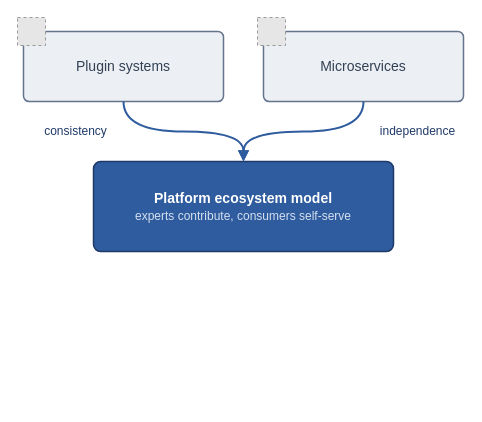
Before: diagrams/ecosystem-architecture-lineage.drawio in missBerg/platform-capabilities, a draw.io diagram. Source tidied: cells renumbered, new cells numbered last; positions are measured from the earlier drawing's top-left corner, leaving out a move shared by most shapes. Both pictures are drawn from the tidied source at 100%, with x=0, y=0 at pixel (17, 17). Pictures stored in the file or linked from it are replaced by grey dashed boxes.
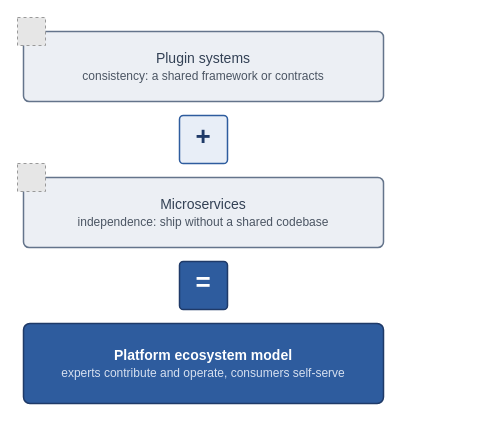
The same page after the edit.

Change to the diagram source:
```diff
@@
 <mxGraphModel>
   <root>
     <mxCell id="0" />
     <mxCell id="1" parent="0" />
-    <mxCell id="2" value="Plugin systems" style="rounded=1;whiteSpace=wrap;html=1;arcSize=8;fillColor=#ECEFF4;strokeColor=#64748B;strokeWidth=1.5;fontColor=#334155;fontFamily=Helvetica;fontSize=14;align=center;verticalAlign=middle;shadow=0;" parent="1" vertex="1">
-      <mxGeometry x="6" y="14" width="200" height="70" as="geometry" />
+    <mxCell id="2" value="Plugin systems&lt;br&gt;&lt;font style=&quot;font-size: 12px&quot; color=&quot;#4B5563&quot;&gt;consistency: a shared framework or contracts&lt;/font&gt;" style="rounded=1;whiteSpace=wrap;html=1;arcSize=8;fillColor=#ECEFF4;strokeColor=#64748B;strokeWidth=1.5;fontColor=#334155;fontFamily=Helvetica;fontSize=14;align=center;verticalAlign=middle;shadow=0;" parent="1" vertex="1">
+      <mxGeometry x="6" y="14" width="360" height="70" as="geometry" />
     </mxCell>
     <mxCell id="3" style="fillColor=#E6E6E6;strokeColor=#999999;dashed=1;verticalLabelPosition=bottom;verticalAlign=top;align=center;fontFamily=Helvetica;fontSize=14;fontColor=#1F3A68;" parent="1" vertex="1">
       <mxGeometry width="28" height="28" as="geometry" />
     </mxCell>
+    <mxCell id="9" value="&lt;b&gt;+&lt;/b&gt;" style="rounded=1;whiteSpace=wrap;html=1;arcSize=8;fillColor=#E8EEF7;strokeColor=#2E5C9E;strokeWidth=1.5;fontColor=#1F3A68;fontFamily=Helvetica;fontSize=26;align=center;verticalAlign=middle;shadow=0;spacingBottom=6;" parent="1" vertex="1">
+      <mxGeometry x="162" y="98" width="48" height="48" as="geometry" />
+    </mxCell>
-    <mxCell id="4" value="Microservices" style="rounded=1;whiteSpace=wrap;html=1;arcSize=8;fillColor=#ECEFF4;strokeColor=#64748B;strokeWidth=1.5;fontColor=#334155;fontFamily=Helvetica;fontSize=14;align=center;verticalAlign=middle;shadow=0;" parent="1" vertex="1">
-      <mxGeometry x="246" y="14" width="200" height="70" as="geometry" />
+    <mxCell id="4" value="Microservices&lt;br&gt;&lt;font style=&quot;font-size: 12px&quot; color=&quot;#4B5563&quot;&gt;independence: ship without a shared codebase&lt;/font&gt;" style="rounded=1;whiteSpace=wrap;html=1;arcSize=8;fillColor=#ECEFF4;strokeColor=#64748B;strokeWidth=1.5;fontColor=#334155;fontFamily=Helvetica;fontSize=14;align=center;verticalAlign=middle;shadow=0;" parent="1" vertex="1">
+      <mxGeometry x="6" y="160" width="360" height="70" as="geometry" />
     </mxCell>
     <mxCell id="5" style="fillColor=#E6E6E6;strokeColor=#999999;dashed=1;verticalLabelPosition=bottom;verticalAlign=top;align=center;fontFamily=Helvetica;fontSize=14;fontColor=#1F3A68;" parent="1" vertex="1">
-      <mxGeometry x="240" width="28" height="28" as="geometry" />
+      <mxGeometry y="146" width="28" height="28" as="geometry" />
     </mxCell>
+    <mxCell id="10" value="&lt;b&gt;=&lt;/b&gt;" style="rounded=1;whiteSpace=wrap;html=1;arcSize=8;fillColor=#2E5C9E;strokeColor=#1F3A68;strokeWidth=1.5;fontColor=#FFFFFF;fontFamily=Helvetica;fontSize=26;align=center;verticalAlign=middle;shadow=0;spacingBottom=6;" parent="1" vertex="1">
+      <mxGeometry x="162" y="244" width="48" height="48" as="geometry" />
+    </mxCell>
-    <mxCell id="6" value="&lt;b&gt;Platform ecosystem model&lt;/b&gt;&lt;br&gt;&lt;font style=&quot;font-size: 12px&quot; color=&quot;#D6E0F0&quot;&gt;experts contribute, consumers self-serve&lt;/font&gt;" style="rounded=1;whiteSpace=wrap;html=1;arcSize=8;fillColor=#2E5C9E;strokeColor=#1F3A68;strokeWidth=1.5;fontColor=#FFFFFF;fontFamily=Helvetica;fontSize=14;align=center;verticalAlign=middle;shadow=0;" parent="1" vertex="1">
-      <mxGeometry x="76" y="144" width="300" height="90" as="geometry" />
+    <mxCell id="6" value="&lt;b&gt;Platform ecosystem model&lt;/b&gt;&lt;br&gt;&lt;font style=&quot;font-size: 12px&quot; color=&quot;#D6E0F0&quot;&gt;experts contribute and operate, consumers self-serve&lt;/font&gt;" style="rounded=1;whiteSpace=wrap;html=1;arcSize=8;fillColor=#2E5C9E;strokeColor=#1F3A68;strokeWidth=1.5;fontColor=#FFFFFF;fontFamily=Helvetica;fontSize=14;align=center;verticalAlign=middle;shadow=0;" parent="1" vertex="1">
+      <mxGeometry x="6" y="306" width="360" height="80" as="geometry" />
     </mxCell>
-    <mxCell id="7" value="consistency" style="edgeStyle=orthogonalEdgeStyle;endArrow=block;html=1;rounded=0;strokeColor=#2E5C9E;strokeWidth=2;fontColor=#1F3A68;fontFamily=Helvetica;fontSize=12;endFill=1;curved=1;exitX=0.5;exitY=1;exitDx=0;exitDy=0;entryX=0.5;entryY=0;entryDx=0;entryDy=0;" parent="1" edge="1" source="2" target="6">
-      <mxGeometry x="-0.55" relative="1" as="geometry">
-        <mxPoint x="-58" as="offset" />
-      </mxGeometry>
-    </mxCell>
-    <mxCell id="8" value="independence" style="edgeStyle=orthogonalEdgeStyle;endArrow=block;html=1;rounded=0;strokeColor=#2E5C9E;strokeWidth=2;fontColor=#1F3A68;fontFamily=Helvetica;fontSize=12;endFill=1;curved=1;exitX=0.5;exitY=1;exitDx=0;exitDy=0;entryX=0.5;entryY=0;entryDx=0;entryDy=0;" parent="1" edge="1" source="4" target="6">
-      <mxGeometry x="-0.55" relative="1" as="geometry">
-        <mxPoint x="64" as="offset" />
-      </mxGeometry>
-    </mxCell>
   </root>
 </mxGraphModel>
```
